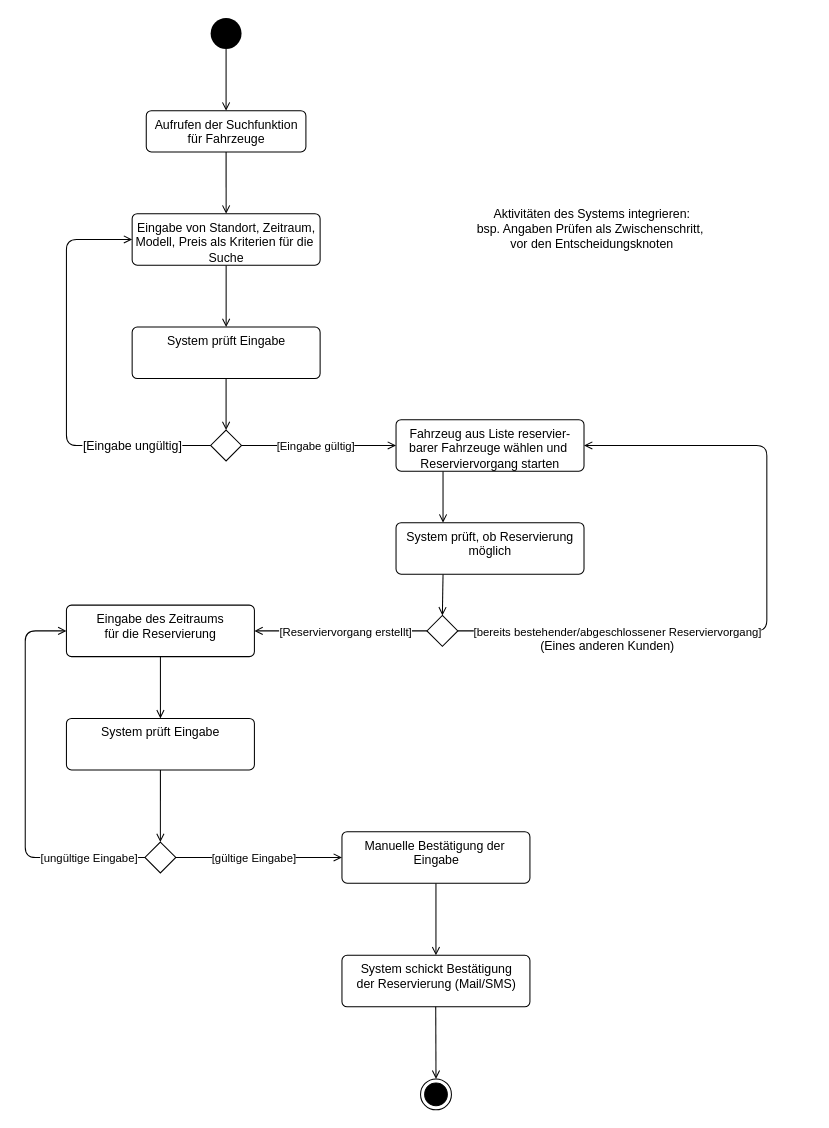
The draw.io diagram Mini-Praktikum/c-Aktivitätsdiagramm.drawio in TheBlackDragon4/SWE-HS-Co-Se5, before the edit. Source tidied: cells renumbered, new cells numbered last; positions are measured from the earlier drawing's top-left corner, leaving out a move shared by most shapes. Both pictures are drawn from the tidied source at 103%, with x=0, y=0 at pixel (25, 18).
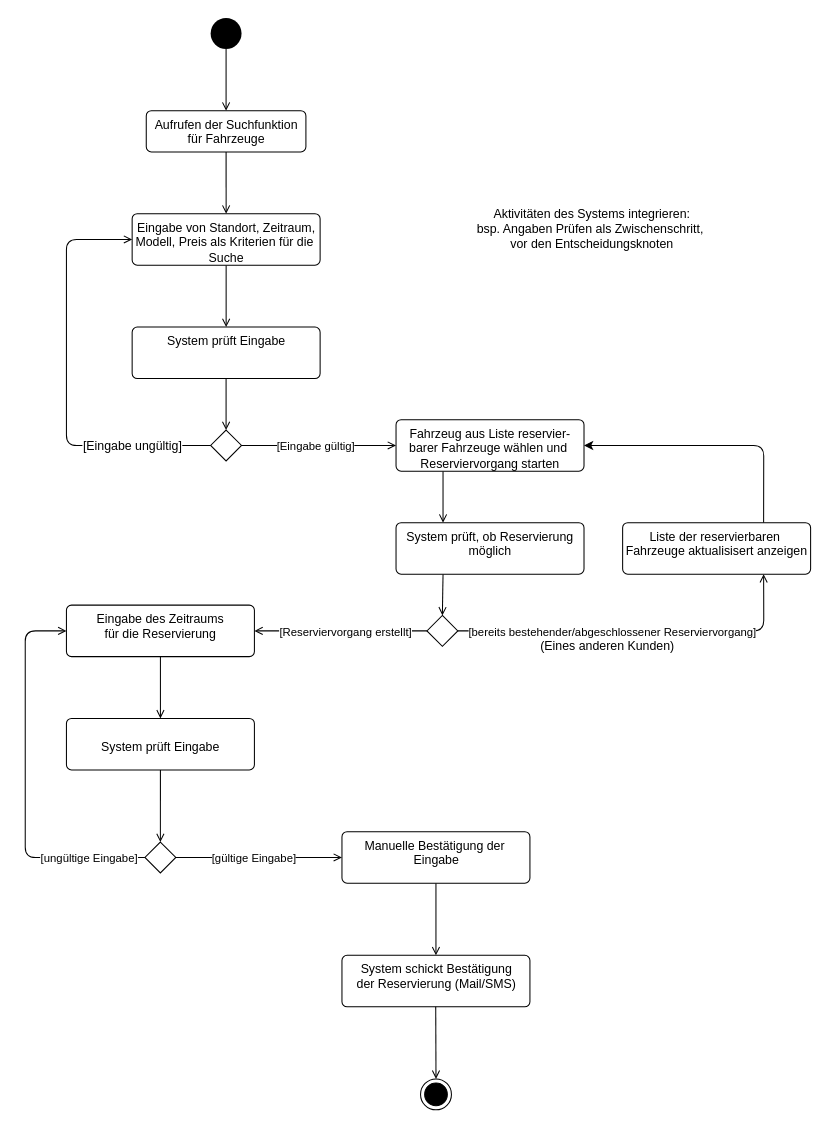
The same page after the edit.

Unchanged cells that the change refers to:
```xml
<mxCell id="17" value="Fahrzeug aus Liste reservier-&lt;br&gt;barer Fahrzeuge wählen und&amp;nbsp;&lt;br&gt;Reserviervorgang starten" style="html=1;align=center;verticalAlign=top;rounded=1;absoluteArcSize=1;arcSize=10;dashed=0;gradientColor=none;shadow=0;glass=0;sketch=0;labelBackgroundColor=none;perimeterSpacing=0;" parent="1" vertex="1">
  <mxGeometry x="360" y="390" width="182.5" height="50" as="geometry" />
</mxCell>
<mxCell id="22" style="rhombus;" parent="1" vertex="1">
  <mxGeometry x="390" y="580" width="30" height="30" as="geometry" />
</mxCell>
```

Diff of the diagram source:
```diff
@@
-    <mxCell id="18" style="edgeStyle=none;html=1;exitX=1;exitY=0.5;exitDx=0;exitDy=0;endArrow=open;endFill=0;entryX=1;entryY=0.5;entryDx=0;entryDy=0;" parent="1" edge="1" source="22" target="17">
+    <mxCell id="18" style="edgeStyle=none;html=1;exitX=1;exitY=0.5;exitDx=0;exitDy=0;endArrow=open;endFill=0;entryX=0.75;entryY=1;entryDx=0;entryDy=0;" parent="1" edge="1" source="22" target="41">
       <mxGeometry relative="1" as="geometry">
         <Array as="points">
-          <mxPoint x="720" y="595" />
-          <mxPoint x="720" y="415" />
+          <mxPoint x="717" y="595" />
+          <mxPoint x="717" y="570" />
         </Array>
       </mxGeometry>
     </mxCell>
     <mxCell id="19" value="[bereits bestehender/abgeschlossener Reserviervorgang]" style="edgeLabel;html=1;align=center;verticalAlign=middle;" parent="18" vertex="1">
       <mxGeometry x="-0.73" y="1" relative="1" as="geometry">
-        <mxPoint x="65" y="1" as="offset" />
+        <mxPoint x="101" y="1" as="offset" />
       </mxGeometry>
     </mxCell>
@@
-    <mxCell id="39" value="System prüft Eingabe" style="html=1;align=center;verticalAlign=top;rounded=1;absoluteArcSize=1;arcSize=10;dashed=0;gradientColor=none;shadow=0;glass=0;sketch=0;labelBackgroundColor=none;perimeterSpacing=0;" parent="1" vertex="1">
+    <mxCell id="39" value="&lt;br&gt;System prüft Eingabe" style="html=1;align=center;verticalAlign=top;rounded=1;absoluteArcSize=1;arcSize=10;dashed=0;gradientColor=none;shadow=0;glass=0;sketch=0;labelBackgroundColor=none;perimeterSpacing=0;" parent="1" vertex="1">
       <mxGeometry x="40" y="680" width="182.5" height="50" as="geometry" />
     </mxCell>
+    <mxCell id="40" style="edgeStyle=none;html=1;entryX=1;entryY=0.5;entryDx=0;entryDy=0;exitX=0.75;exitY=0;exitDx=0;exitDy=0;" parent="1" edge="1" source="41" target="17">
+      <mxGeometry relative="1" as="geometry">
+        <Array as="points">
+          <mxPoint x="717" y="415" />
+        </Array>
+      </mxGeometry>
+    </mxCell>
+    <mxCell id="41" value="Liste der reservierbaren&amp;nbsp;&lt;br&gt;Fahrzeuge aktualisisert anzeigen" style="html=1;align=center;verticalAlign=top;rounded=1;absoluteArcSize=1;arcSize=10;dashed=0;gradientColor=none;shadow=0;glass=0;sketch=0;labelBackgroundColor=none;perimeterSpacing=0;" parent="1" vertex="1">
+      <mxGeometry x="580" y="490" width="182.5" height="50" as="geometry" />
+    </mxCell>
```
